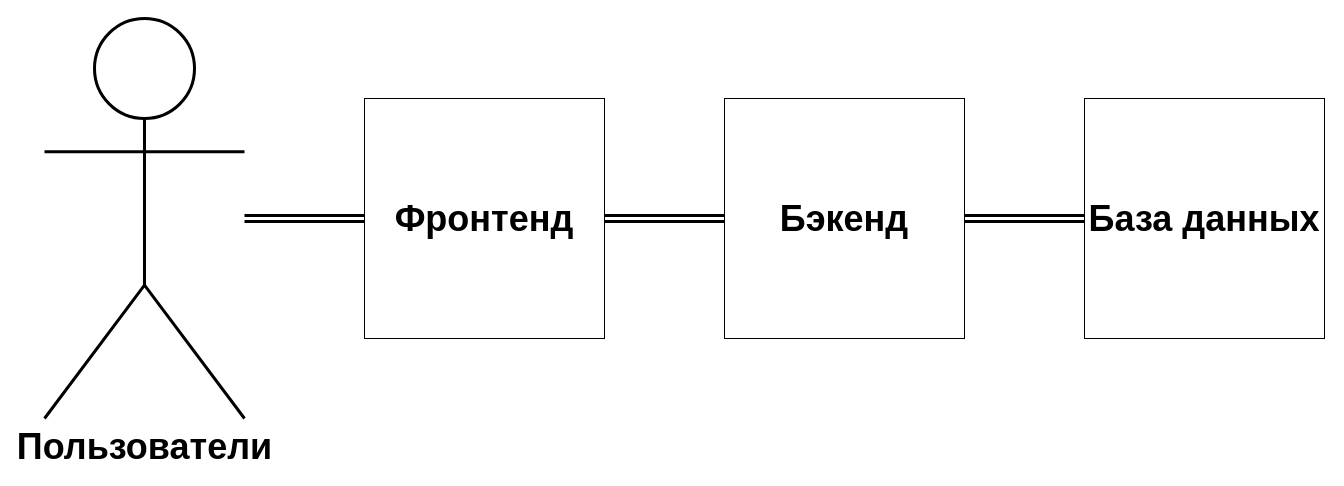
Earlier version of the draw.io diagram graphics/drawio/simple-microservice.drawio (nikita-pershukov/vkr). Source tidied: cells renumbered, new cells numbered last; positions are measured from the earlier drawing's top-left corner, leaving out a move shared by most shapes. Both pictures are drawn from the tidied source at 100%, with x=0, y=0 at pixel (44, 18).
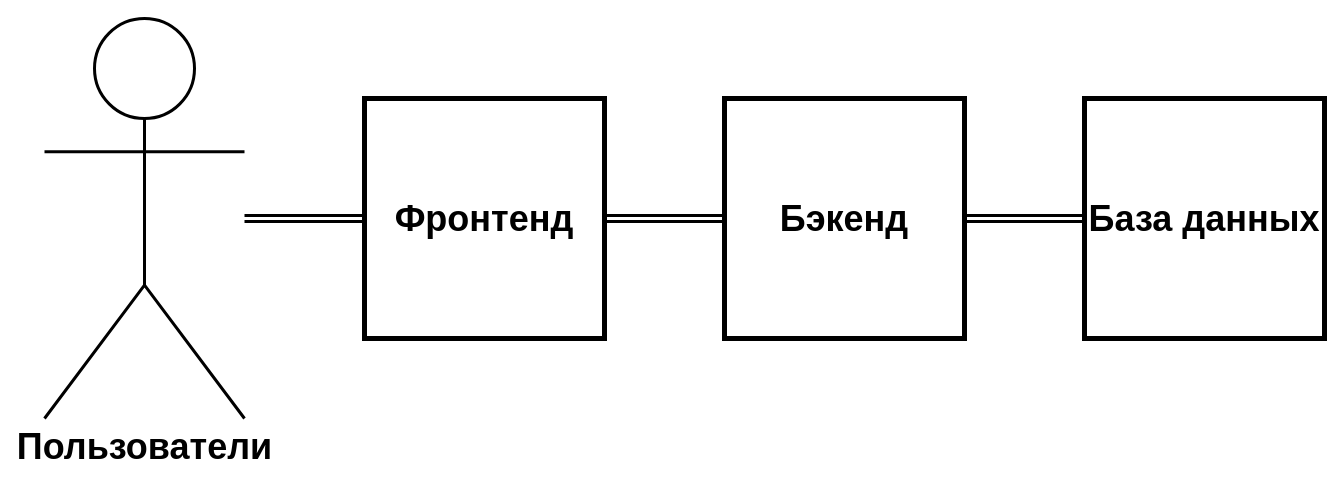
Above is the later version.

What changed in the source:
```diff
@@
 <mxGraphModel>
   <root>
     <mxCell id="0" />
     <mxCell id="1" parent="0" />
     <mxCell id="2" style="edgeStyle=orthogonalEdgeStyle;rounded=0;orthogonalLoop=1;jettySize=auto;html=1;entryX=0.5;entryY=0;entryDx=0;entryDy=0;strokeWidth=3;shape=link;" parent="1" edge="1">
       <mxGeometry relative="1" as="geometry">
         <mxPoint x="1032.2" y="520" as="sourcePoint" />
       </mxGeometry>
     </mxCell>
     <mxCell id="3" style="edgeStyle=orthogonalEdgeStyle;rounded=0;orthogonalLoop=1;jettySize=auto;html=1;strokeWidth=3;shape=link;" parent="1" edge="1">
       <mxGeometry relative="1" as="geometry">
         <mxPoint x="1032.2" y="520" as="sourcePoint" />
       </mxGeometry>
     </mxCell>
     <mxCell id="4" style="edgeStyle=orthogonalEdgeStyle;rounded=0;orthogonalLoop=1;jettySize=auto;html=1;strokeWidth=3;shape=link;" parent="1" edge="1">
       <mxGeometry relative="1" as="geometry">
         <mxPoint x="1032.2" y="520" as="sourcePoint" />
       </mxGeometry>
     </mxCell>
     <mxCell id="5" style="edgeStyle=orthogonalEdgeStyle;rounded=0;orthogonalLoop=1;jettySize=auto;html=1;strokeWidth=3;shape=link;" parent="1" edge="1">
       <mxGeometry relative="1" as="geometry">
         <mxPoint x="670" y="205" as="targetPoint" />
       </mxGeometry>
     </mxCell>
     <mxCell id="6" style="edgeStyle=orthogonalEdgeStyle;shape=link;rounded=0;jettySize=auto;html=1;entryX=0;entryY=0.5;entryDx=0;entryDy=0;fontSize=24;strokeWidth=3;" parent="1" edge="1" source="7" target="11">
       <mxGeometry relative="1" as="geometry" />
     </mxCell>
-    <mxCell id="7" value="&lt;font style=&quot;font-size: 36px&quot;&gt;Фронтенд&lt;/font&gt;" style="rounded=0;whiteSpace=wrap;html=1;fontFamily=Helvetica;fontSize=12;fontColor=#000000;align=center;strokeColor=#000000;fillColor=#ffffff;fontStyle=1;" parent="1" vertex="1">
+    <mxCell id="7" value="&lt;font style=&quot;font-size: 36px&quot;&gt;Фронтенд&lt;/font&gt;" style="rounded=0;whiteSpace=wrap;html=1;fontFamily=Helvetica;fontSize=12;fontColor=#000000;align=center;strokeColor=#000000;fillColor=#ffffff;fontStyle=1;strokeWidth=5;" parent="1" vertex="1">
       <mxGeometry x="320" y="80" width="240" height="240" as="geometry" />
     </mxCell>
     <mxCell id="8" style="edgeStyle=orthogonalEdgeStyle;rounded=0;jettySize=auto;html=1;strokeWidth=3;shape=link;" parent="1" edge="1" source="9" target="7">
       <mxGeometry relative="1" as="geometry" />
     </mxCell>
     <mxCell id="9" value="&lt;font style=&quot;font-size: 36px&quot;&gt;Пользователи&lt;/font&gt;" style="shape=umlActor;verticalLabelPosition=bottom;verticalAlign=top;html=1;outlineConnect=0;strokeWidth=3;fontStyle=1;" parent="1" vertex="1">
       <mxGeometry width="200" height="400" as="geometry" />
     </mxCell>
     <mxCell id="10" style="edgeStyle=orthogonalEdgeStyle;shape=link;rounded=0;jettySize=auto;html=1;fontSize=24;strokeWidth=3;" parent="1" edge="1" source="11" target="12">
       <mxGeometry relative="1" as="geometry" />
     </mxCell>
-    <mxCell id="11" value="&lt;font style=&quot;font-size: 36px&quot;&gt;Бэкенд&lt;/font&gt;" style="rounded=0;whiteSpace=wrap;html=1;fontFamily=Helvetica;fontSize=12;fontColor=#000000;align=center;strokeColor=#000000;fillColor=#ffffff;fontStyle=1;" parent="1" vertex="1">
+    <mxCell id="11" value="&lt;font style=&quot;font-size: 36px&quot;&gt;Бэкенд&lt;/font&gt;" style="rounded=0;whiteSpace=wrap;html=1;fontFamily=Helvetica;fontSize=12;fontColor=#000000;align=center;strokeColor=#000000;fillColor=#ffffff;fontStyle=1;strokeWidth=5;" parent="1" vertex="1">
       <mxGeometry x="680" y="80" width="240" height="240" as="geometry" />
     </mxCell>
-    <mxCell id="12" value="&lt;font style=&quot;font-size: 36px&quot;&gt;База данных&lt;br&gt;&lt;/font&gt;" style="rounded=0;whiteSpace=wrap;html=1;fontFamily=Helvetica;fontSize=12;fontColor=#000000;align=center;strokeColor=#000000;fillColor=#ffffff;fontStyle=1;" parent="1" vertex="1">
+    <mxCell id="12" value="&lt;font style=&quot;font-size: 36px&quot;&gt;База данных&lt;br&gt;&lt;/font&gt;" style="rounded=0;whiteSpace=wrap;html=1;fontFamily=Helvetica;fontSize=12;fontColor=#000000;align=center;strokeColor=#000000;fillColor=#ffffff;fontStyle=1;strokeWidth=5;" parent="1" vertex="1">
       <mxGeometry x="1040" y="80" width="240" height="240" as="geometry" />
     </mxCell>
   </root>
 </mxGraphModel>
```
